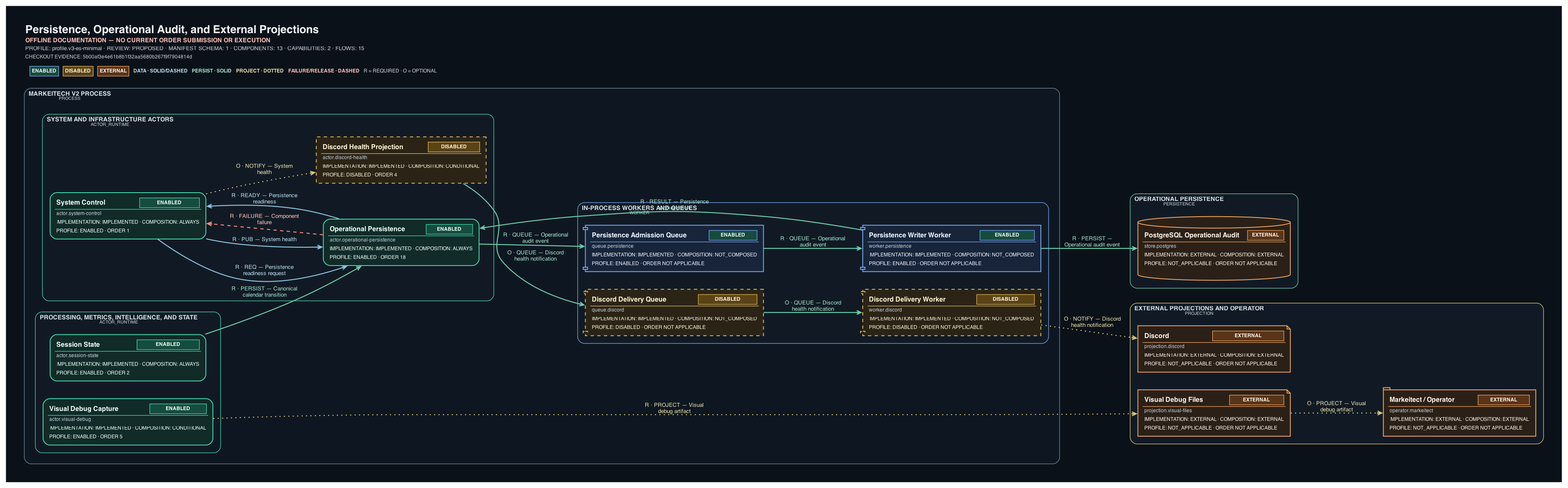
Earlier version of the Graphviz export docs/architecture/generated/system-dataflow/persistence-audit-projections.png (ShriekinNinja/Markeitech_V2). Its source is kept beside it as docs/architecture/generated/system-dataflow/persistence-audit-projections.dot.
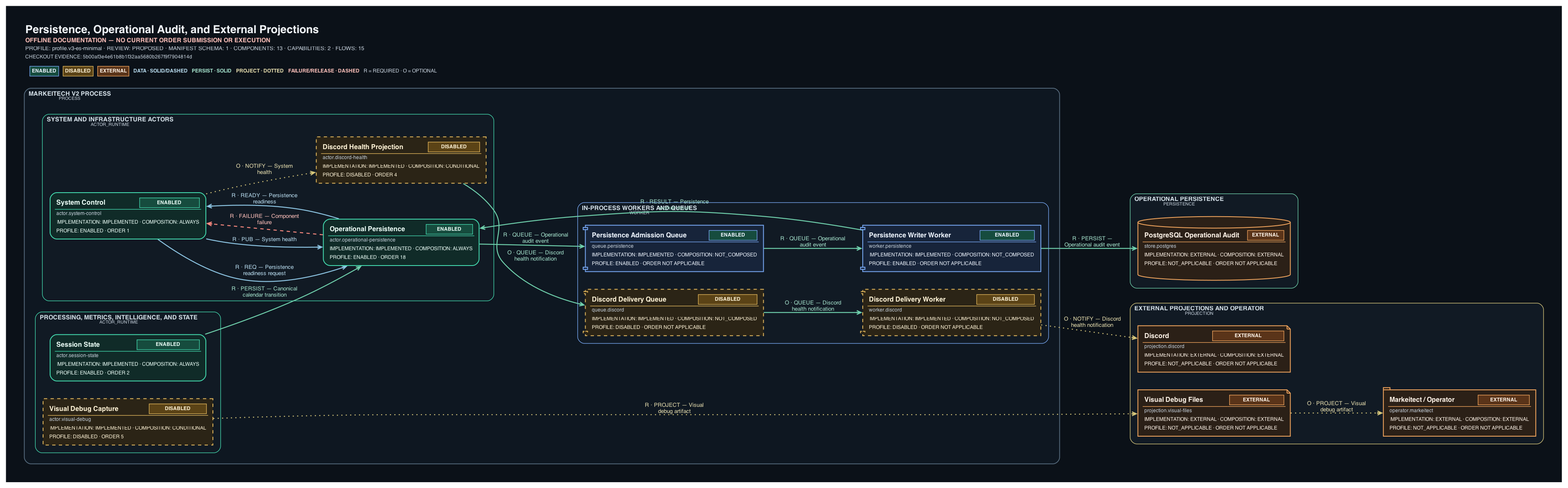
The same file after the commit.

Change to the diagram source:
```diff
@@ -11,7 +11,7 @@
 		subgraph "cluster_Processing, metrics, intelligence, and state" {
 			graph [bgcolor="#111A24" color="#43D9AE" fontcolor="#D6E2EA" fontname=Helvetica fontsize=11 id="boundary.intelligence" label=<<FONT COLOR="#D6E2EA" POINT-SIZE="11"><B>PROCESSING, METRICS, INTELLIGENCE, AND STATE</B></FONT><BR ALIGN="LEFT"/><FONT COLOR="#C7D2DD" POINT-SIZE="8">ACTOR_RUNTIME</FONT>> labeljust=l margin=14 pencolor="#43D9AE" penwidth=1.0 rankdir=LR shape=box style=rounded]
 			"actor.session-state" [label=<<TABLE BORDER="0" CELLBORDER="0" CELLSPACING="0" CELLPADDING="3"><TR><TD ALIGN="LEFT"><FONT COLOR="#ECFFF8" POINT-SIZE="12"><B>Session State</B></FONT></TD><TD ALIGN="RIGHT"><TABLE BORDER="1" CELLBORDER="0" CELLSPACING="0" CELLPADDING="3" COLOR="#43D9AE" BGCOLOR="#164C3E"><TR><TD><FONT COLOR="#ECFFF8" POINT-SIZE="9"><B>ENABLED</B></FONT></TD></TR></TABLE></TD></TR><HR/><TR><TD COLSPAN="2" ALIGN="LEFT"><FONT COLOR="#C7D2DD" POINT-SIZE="9">actor.session-state</FONT></TD></TR><TR><TD COLSPAN="2" ALIGN="LEFT"><FONT COLOR="#ECFFF8" POINT-SIZE="9">IMPLEMENTATION: IMPLEMENTED &#183; COMPOSITION: ALWAYS</FONT></TD></TR><TR><TD COLSPAN="2" ALIGN="LEFT"><FONT COLOR="#ECFFF8" POINT-SIZE="9">PROFILE: ENABLED &#183; ORDER 2</FONT></TD></TR></TABLE>> color="#43D9AE" fillcolor="#102B28" fixedsize=false fontcolor="#ECFFF8" group="boundary.intelligence" height=0.82 id="actor.session-state" labelloc=c margin="0.12,0.09" penwidth=1.5 shape=box style="rounded,filled" tooltip="actor.session-state" width=2.7]
-			"actor.visual-debug" [label=<<TABLE BORDER="0" CELLBORDER="0" CELLSPACING="0" CELLPADDING="3"><TR><TD ALIGN="LEFT"><FONT COLOR="#ECFFF8" POINT-SIZE="12"><B>Visual Debug Capture</B></FONT></TD><TD ALIGN="RIGHT"><TABLE BORDER="1" CELLBORDER="0" CELLSPACING="0" CELLPADDING="3" COLOR="#43D9AE" BGCOLOR="#164C3E"><TR><TD><FONT COLOR="#ECFFF8" POINT-SIZE="9"><B>ENABLED</B></FONT></TD></TR></TABLE></TD></TR><HR/><TR><TD COLSPAN="2" ALIGN="LEFT"><FONT COLOR="#C7D2DD" POINT-SIZE="9">actor.visual-debug</FONT></TD></TR><TR><TD COLSPAN="2" ALIGN="LEFT"><FONT COLOR="#ECFFF8" POINT-SIZE="9">IMPLEMENTATION: IMPLEMENTED &#183; COMPOSITION: CONDITIONAL</FONT></TD></TR><TR><TD COLSPAN="2" ALIGN="LEFT"><FONT COLOR="#ECFFF8" POINT-SIZE="9">PROFILE: ENABLED &#183; ORDER 5</FONT></TD></TR></TABLE>> color="#43D9AE" fillcolor="#102B28" fixedsize=false fontcolor="#ECFFF8" group="boundary.intelligence" height=0.82 id="actor.visual-debug" labelloc=c margin="0.12,0.09" penwidth=1.5 shape=box style="rounded,filled" tooltip="actor.visual-debug" width=2.7]
+			"actor.visual-debug" [label=<<TABLE BORDER="0" CELLBORDER="0" CELLSPACING="0" CELLPADDING="3"><TR><TD ALIGN="LEFT"><FONT COLOR="#FFF3D6" POINT-SIZE="12"><B>Visual Debug Capture</B></FONT></TD><TD ALIGN="RIGHT"><TABLE BORDER="1" CELLBORDER="0" CELLSPACING="0" CELLPADDING="3" COLOR="#E2B75C" BGCOLOR="#5B4316"><TR><TD><FONT COLOR="#FFF3D6" POINT-SIZE="9"><B>DISABLED</B></FONT></TD></TR></TABLE></TD></TR><HR/><TR><TD COLSPAN="2" ALIGN="LEFT"><FONT COLOR="#C7D2DD" POINT-SIZE="9">actor.visual-debug</FONT></TD></TR><TR><TD COLSPAN="2" ALIGN="LEFT"><FONT COLOR="#FFF3D6" POINT-SIZE="9">IMPLEMENTATION: IMPLEMENTED &#183; COMPOSITION: CONDITIONAL</FONT></TD></TR><TR><TD COLSPAN="2" ALIGN="LEFT"><FONT COLOR="#FFF3D6" POINT-SIZE="9">PROFILE: DISABLED &#183; ORDER 5</FONT></TD></TR></TABLE>> color="#E2B75C" fillcolor="#2B2416" fixedsize=false fontcolor="#FFF3D6" group="boundary.intelligence" height=0.82 id="actor.visual-debug" labelloc=c margin="0.12,0.09" penwidth=1.5 shape=box style="dashed,filled" tooltip="actor.visual-debug" width=2.7]
 		}
 		subgraph "cluster_System and infrastructure actors" {
 			graph [bgcolor="#111A24" color="#43D9AE" fontcolor="#D6E2EA" fontname=Helvetica fontsize=11 id="boundary.system" label=<<FONT COLOR="#D6E2EA" POINT-SIZE="11"><B>SYSTEM AND INFRASTRUCTURE ACTORS</B></FONT><BR ALIGN="LEFT"/><FONT COLOR="#C7D2DD" POINT-SIZE="8">ACTOR_RUNTIME</FONT>> labeljust=l margin=14 pencolor="#43D9AE" penwidth=1.0 rankdir=LR shape=box style=rounded]
```
